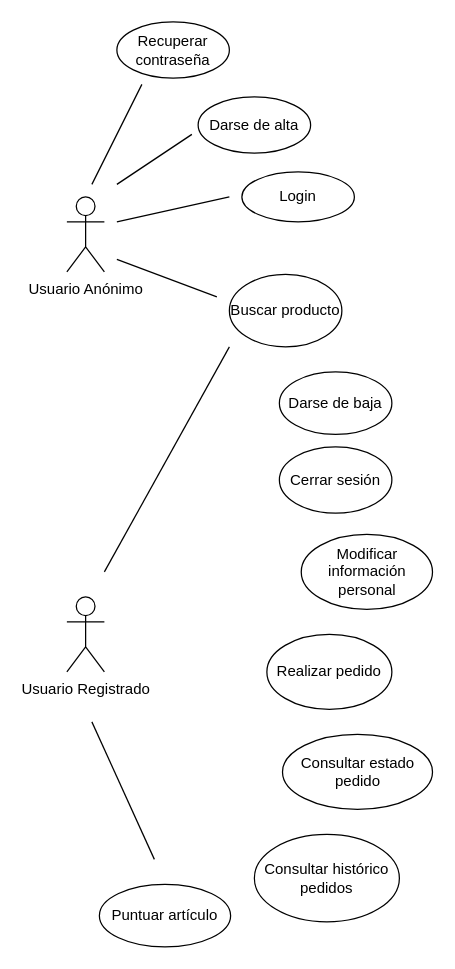
Earlier version of the draw.io diagram Use-Case Diagram.drawio (misrraimsp/firstmarket). Source tidied: cells renumbered, new cells numbered last; positions are measured from the earlier drawing's top-left corner, leaving out a move shared by most shapes. Both pictures are drawn from the tidied source at 125%, with x=0, y=0 at pixel (66, 21).
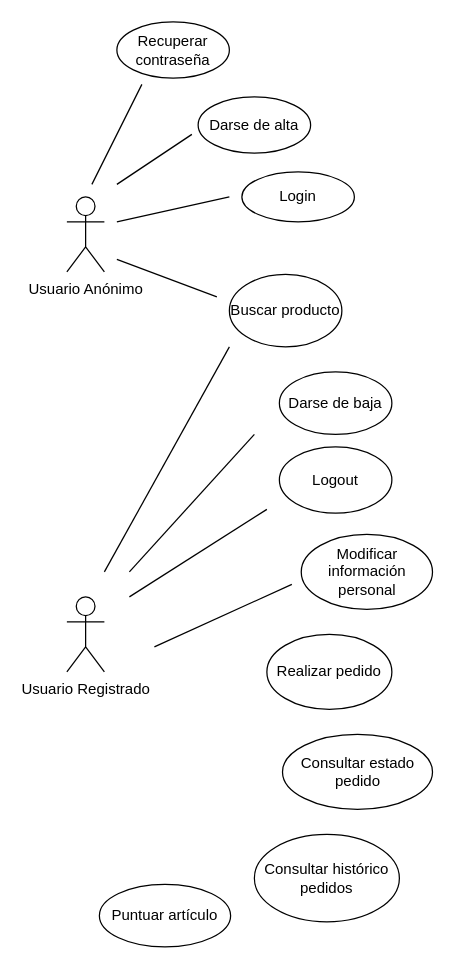
After the change.

Commit message (it also covers changes not shown here):
addig new uc spec

Diff of the diagram source:
```diff
@@
-    <mxCell id="9" value="Cerrar sesión" style="ellipse;whiteSpace=wrap;html=1;" parent="1" vertex="1">
+    <mxCell id="9" value="Logout" style="ellipse;whiteSpace=wrap;html=1;" parent="1" vertex="1">
       <mxGeometry x="170" y="340" width="90" height="53" as="geometry" />
     </mxCell>
@@
     <mxCell id="20" style="endArrow=none;html=1;" parent="1" edge="1">
       <mxGeometry relative="1" as="geometry">
-        <mxPoint x="70" y="670" as="sourcePoint" />
-        <mxPoint x="20" y="560" as="targetPoint" />
+        <mxPoint x="50" y="460" as="sourcePoint" />
+        <mxPoint x="160" y="390" as="targetPoint" />
       </mxGeometry>
     </mxCell>
+    <mxCell id="21" style="endArrow=none;html=1;" parent="1" edge="1">
+      <mxGeometry relative="1" as="geometry">
+        <mxPoint x="150" y="330" as="sourcePoint" />
+        <mxPoint x="50" y="440" as="targetPoint" />
+      </mxGeometry>
+    </mxCell>
+    <mxCell id="22" style="endArrow=none;html=1;" parent="1" edge="1">
+      <mxGeometry relative="1" as="geometry">
+        <mxPoint x="70" y="500" as="sourcePoint" />
+        <mxPoint x="180" y="450" as="targetPoint" />
+      </mxGeometry>
+    </mxCell>
```
